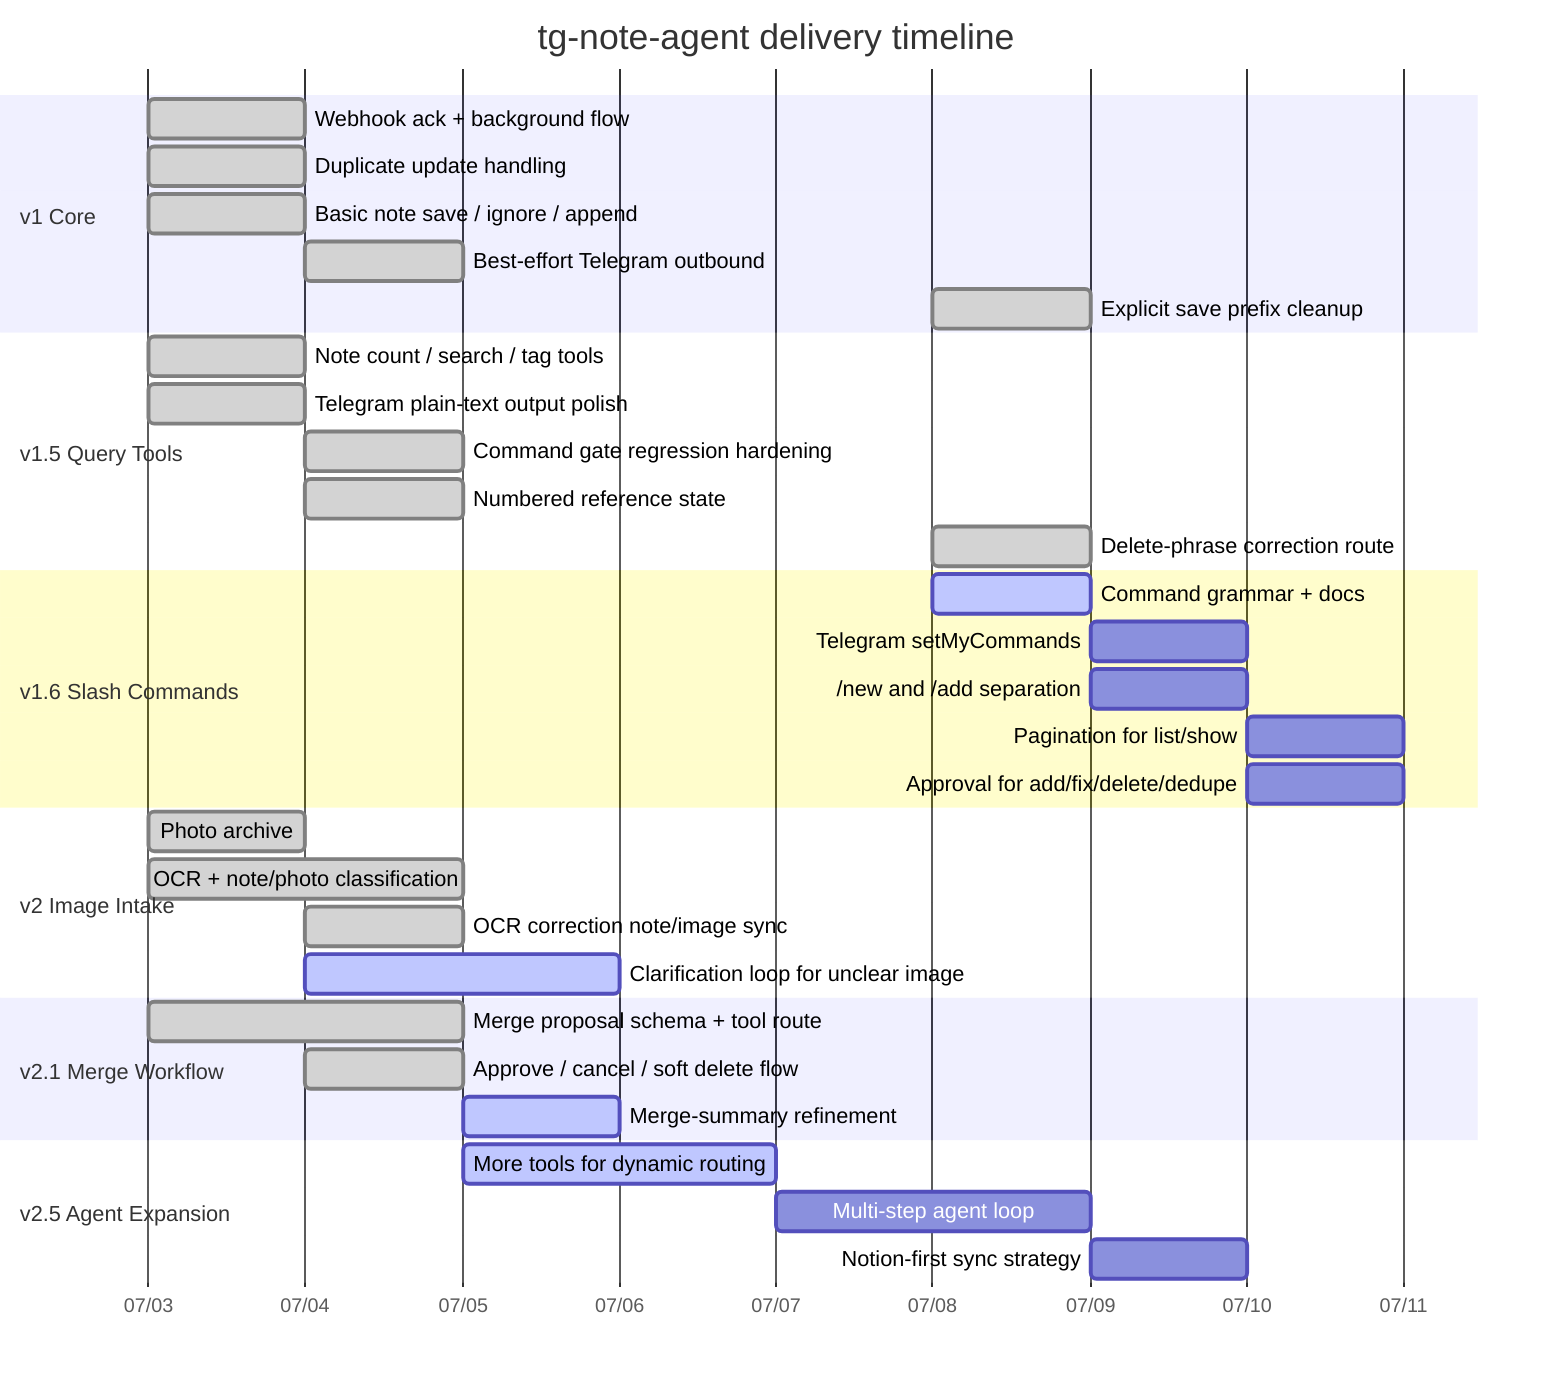
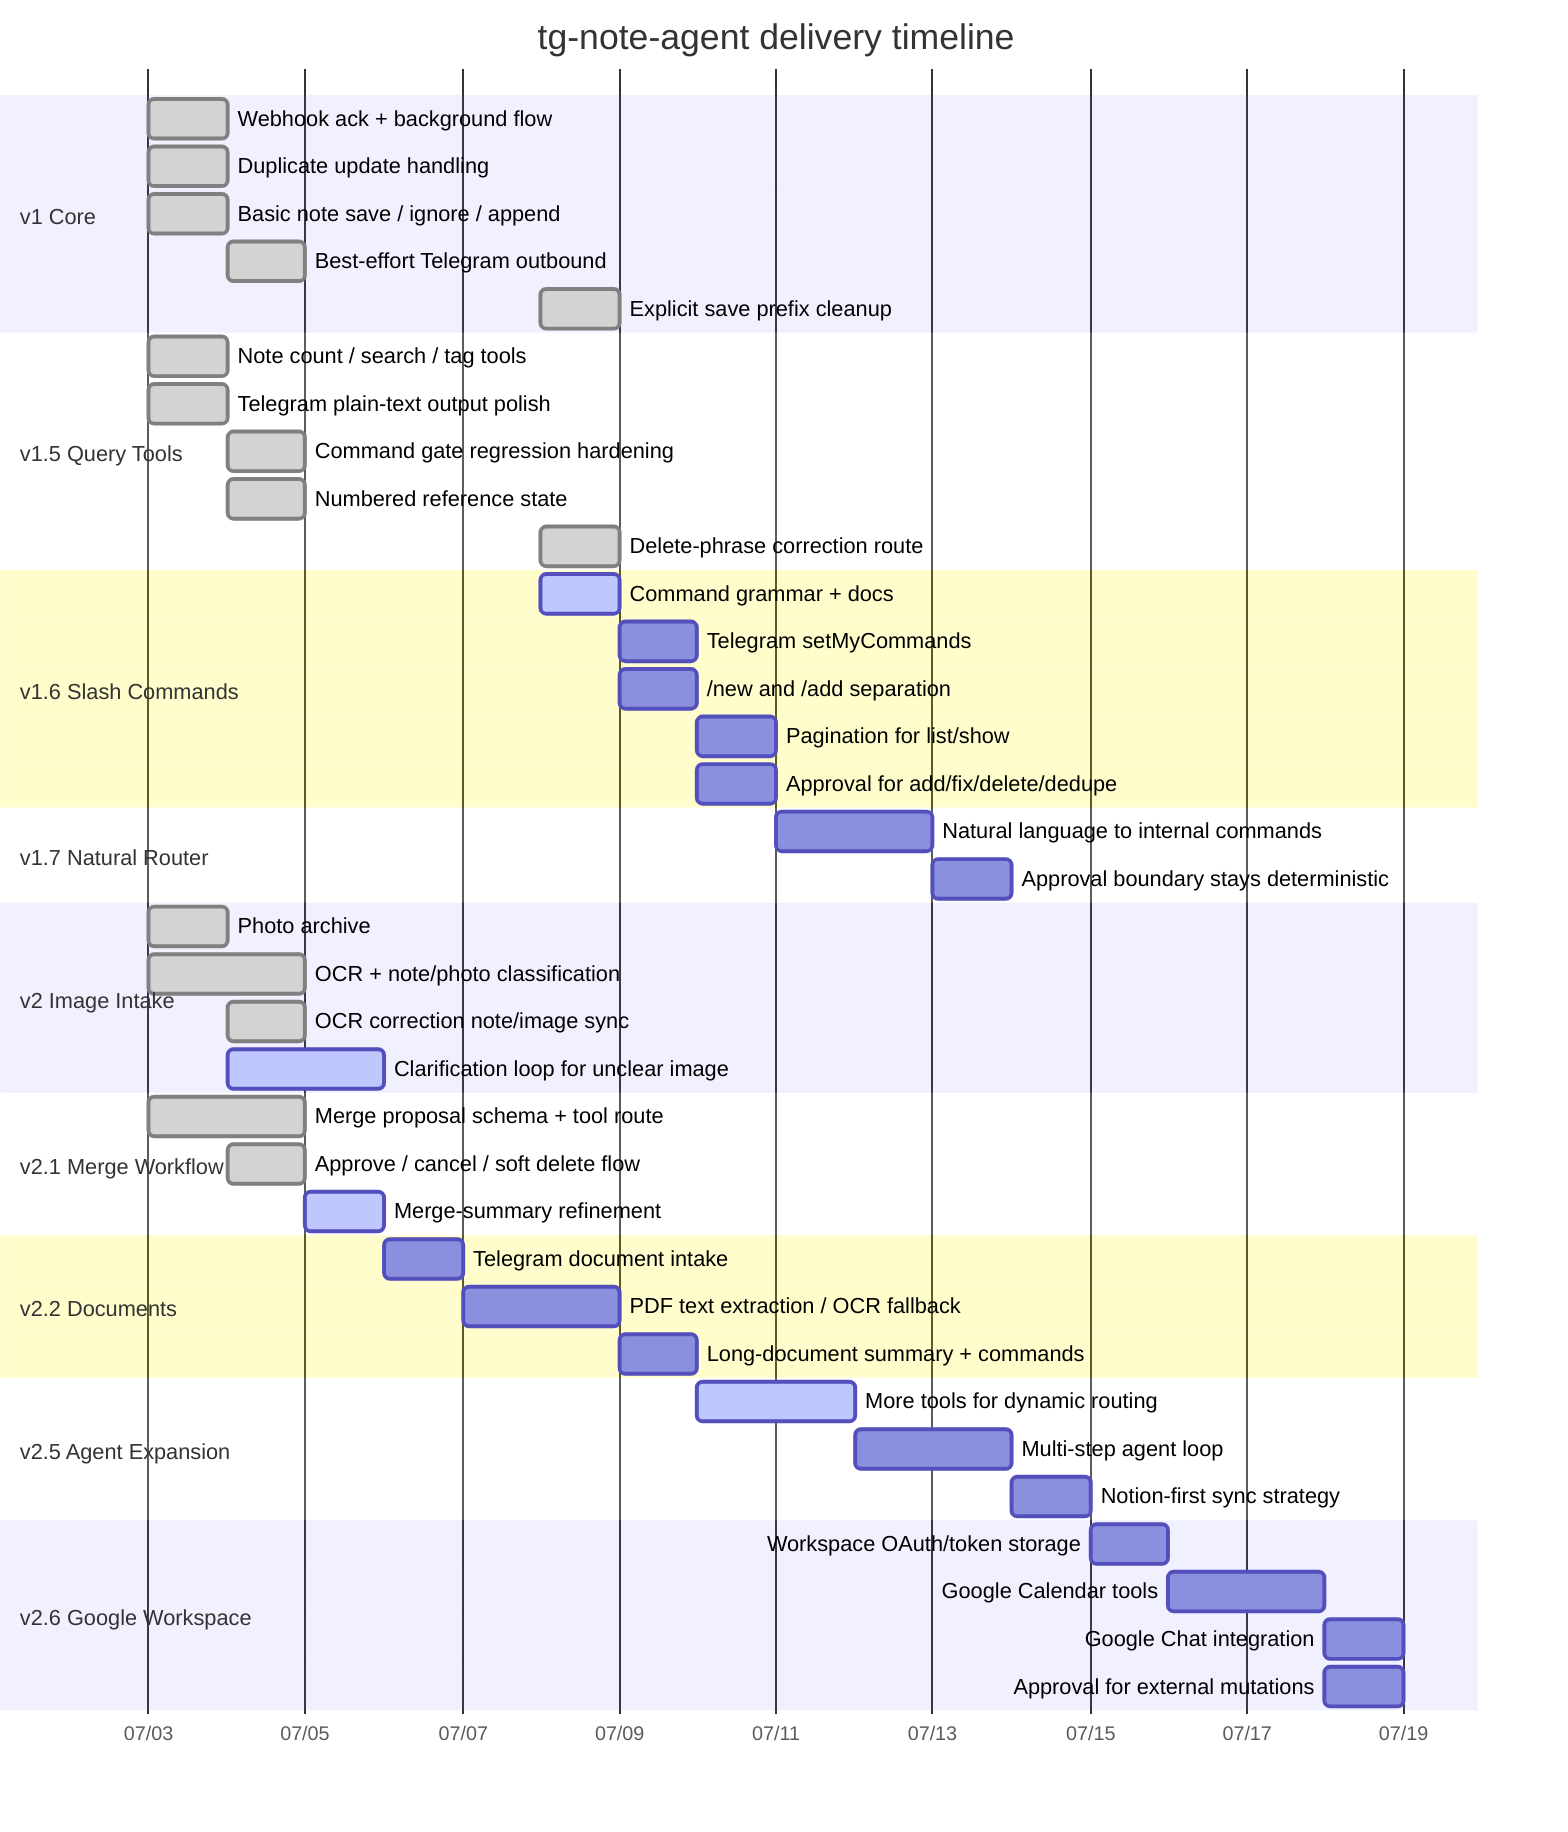
gantt
    title tg-note-agent delivery timeline
    dateFormat  YYYY-MM-DD
    axisFormat  %m/%d

    section v1 Core
    Webhook ack + background flow       :done, v1a, 2026-07-03, 1d
    Duplicate update handling           :done, v1b, 2026-07-03, 1d
    Basic note save / ignore / append   :done, v1c, 2026-07-03, 1d
    Best-effort Telegram outbound        :done, v1d, 2026-07-04, 1d
    Explicit save prefix cleanup         :done, v1e, 2026-07-08, 1d

    section v1.5 Query Tools
    Note count / search / tag tools     :done, v15a, 2026-07-03, 1d
    Telegram plain-text output polish   :done, v15b, 2026-07-03, 1d
    Command gate regression hardening    :done, v15c, 2026-07-04, 1d
    Numbered reference state             :done, v15d, 2026-07-04, 1d
    Delete-phrase correction route       :done, v15e, 2026-07-08, 1d

    section v1.6 Slash Commands
    Command grammar + docs               :active, v16a, 2026-07-08, 1d
    Telegram setMyCommands               :v16b, after v16a, 1d
    /new and /add separation             :v16c, after v16a, 1d
    Pagination for list/show             :v16d, after v16b, 1d
    Approval for add/fix/delete/dedupe   :v16e, after v16c, 1d

+     section v1.7 Natural Router
+     Natural language to internal commands:v17a, after v16e, 2d
+     Approval boundary stays deterministic:v17b, after v17a, 1d
+ 
    section v2 Image Intake
    Photo archive                       :done, v2a, 2026-07-03, 1d
    OCR + note/photo classification     :done, v2b, 2026-07-03, 2d
    OCR correction note/image sync       :done, v2c, 2026-07-04, 1d
    Clarification loop for unclear image:active, v2d, 2026-07-04, 2d

    section v2.1 Merge Workflow
    Merge proposal schema + tool route  :done, v21a, 2026-07-03, 2d
    Approve / cancel / soft delete flow :done, v21b, 2026-07-04, 1d
    Merge-summary refinement            :active, v21c, 2026-07-05, 1d

+     section v2.2 Documents
+     Telegram document intake             :v22a, after v21c, 1d
+     PDF text extraction / OCR fallback   :v22b, after v22a, 2d
+     Long-document summary + commands     :v22c, after v22b, 1d
+ 
    section v2.5 Agent Expansion
-     More tools for dynamic routing      :active, v25a, 2026-07-05, 2d
+     More tools for dynamic routing      :active, v25a, after v22c, 2d
    Multi-step agent loop               :v25b, after v25a, 2d
    Notion-first sync strategy          :v25c, after v25b, 1d
+ 
+     section v2.6 Google Workspace
+     Workspace OAuth/token storage       :v26a, after v25c, 1d
+     Google Calendar tools               :v26b, after v26a, 2d
+     Google Chat integration             :v26c, after v26b, 1d
+     Approval for external mutations     :v26d, after v26b, 1d
